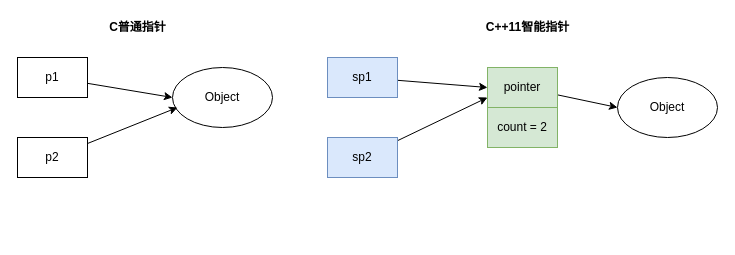
The draw.io diagram C++.drawio in xuelei20/drawio, before the edit. Source tidied: cells renumbered, new cells numbered last; positions are measured from the earlier drawing's top-left corner, leaving out a move shared by most shapes. Both pictures are drawn from the tidied source at 100%, with x=0, y=0 at pixel (17, 17).
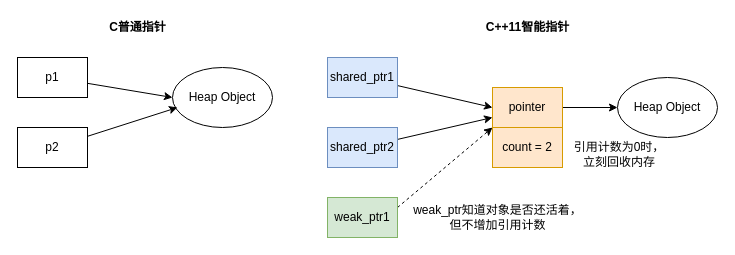
After the change.

Diff of the diagram source:
```diff
@@
-    <mxCell id="4" value="Object" style="ellipse;whiteSpace=wrap;html=1;" parent="1" vertex="1">
+    <mxCell id="4" value="Heap Object" style="ellipse;whiteSpace=wrap;html=1;" parent="1" vertex="1">
       <mxGeometry x="155" y="50" width="100" height="60" as="geometry" />
     </mxCell>
@@
     <mxCell id="8" value="p2" style="rounded=0;whiteSpace=wrap;html=1;" parent="1" vertex="1">
-      <mxGeometry y="120" width="70" height="40" as="geometry" />
+      <mxGeometry y="110" width="70" height="40" as="geometry" />
     </mxCell>
-    <mxCell id="9" value="Object" style="ellipse;whiteSpace=wrap;html=1;" parent="1" vertex="1">
+    <mxCell id="9" value="Heap Object" style="ellipse;whiteSpace=wrap;html=1;" parent="1" vertex="1">
       <mxGeometry x="600" y="60" width="100" height="60" as="geometry" />
     </mxCell>
@@
-    <mxCell id="11" value="sp1" style="rounded=0;whiteSpace=wrap;html=1;fillColor=#dae8fc;strokeColor=#6c8ebf;" parent="1" vertex="1">
+    <mxCell id="11" value="shared_ptr1" style="rounded=0;whiteSpace=wrap;html=1;fillColor=#dae8fc;strokeColor=#6c8ebf;" parent="1" vertex="1">
       <mxGeometry x="310" y="40" width="70" height="40" as="geometry" />
     </mxCell>
@@
-    <mxCell id="13" value="sp2" style="rounded=0;whiteSpace=wrap;html=1;fillColor=#dae8fc;strokeColor=#6c8ebf;" parent="1" vertex="1">
-      <mxGeometry x="310" y="120" width="70" height="40" as="geometry" />
+    <mxCell id="13" value="shared_ptr2" style="rounded=0;whiteSpace=wrap;html=1;fillColor=#dae8fc;strokeColor=#6c8ebf;" parent="1" vertex="1">
+      <mxGeometry x="310" y="110" width="70" height="40" as="geometry" />
     </mxCell>
@@
-    <mxCell id="15" value="pointer" style="rounded=0;whiteSpace=wrap;html=1;fillColor=#d5e8d4;strokeColor=#82b366;" parent="1" vertex="1">
-      <mxGeometry x="470" y="50" width="70" height="40" as="geometry" />
+    <mxCell id="15" value="pointer" style="rounded=0;whiteSpace=wrap;html=1;fillColor=#ffe6cc;strokeColor=#d79b00;" parent="1" vertex="1">
+      <mxGeometry x="475" y="70" width="70" height="40" as="geometry" />
     </mxCell>
-    <mxCell id="16" value="count = 2" style="rounded=0;whiteSpace=wrap;html=1;fillColor=#d5e8d4;strokeColor=#82b366;" parent="1" vertex="1">
-      <mxGeometry x="470" y="90" width="70" height="40" as="geometry" />
+    <mxCell id="16" value="count = 2" style="rounded=0;whiteSpace=wrap;html=1;fillColor=#ffe6cc;strokeColor=#d79b00;" parent="1" vertex="1">
+      <mxGeometry x="475" y="110" width="70" height="40" as="geometry" />
     </mxCell>
+    <mxCell id="17" style="edgeStyle=none;rounded=0;jettySize=auto;html=1;entryX=0;entryY=0;entryDx=0;entryDy=0;dashed=1;exitX=1;exitY=0.25;exitDx=0;exitDy=0;" parent="1" edge="1" source="18" target="16">
+      <mxGeometry relative="1" as="geometry" />
+    </mxCell>
+    <mxCell id="18" value="weak_ptr1" style="rounded=0;whiteSpace=wrap;html=1;fillColor=#d5e8d4;strokeColor=#82b366;" parent="1" vertex="1">
+      <mxGeometry x="310" y="180" width="70" height="40" as="geometry" />
+    </mxCell>
+    <mxCell id="19" value="weak_ptr知道对象是否还活着，&lt;br&gt;但不增加引用计数" style="text;html=1;align=center;verticalAlign=middle;" parent="1" vertex="1">
+      <mxGeometry x="390" y="185" width="180" height="30" as="geometry" />
+    </mxCell>
+    <mxCell id="20" value="引用计数为0时，立刻回收内存" style="text;html=1;strokeColor=none;fillColor=none;align=center;verticalAlign=middle;whiteSpace=wrap;rounded=0;" parent="1" vertex="1">
+      <mxGeometry x="552" y="127" width="100" height="20" as="geometry" />
+    </mxCell>
```
